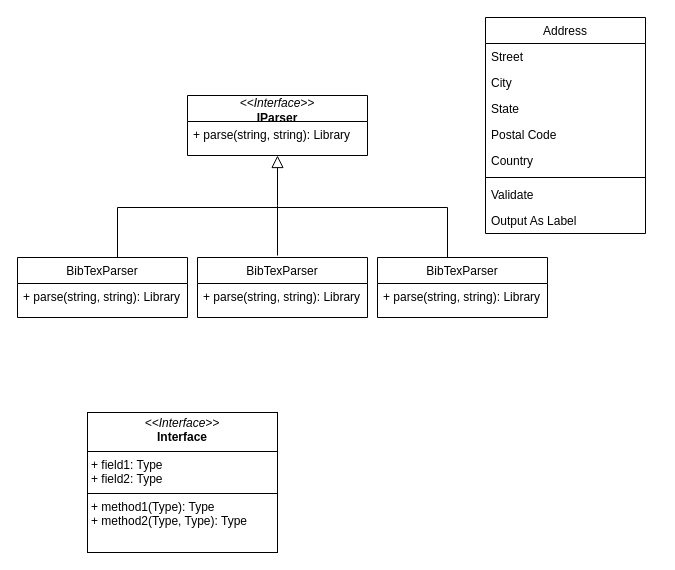
This is doc/parser.drawio from zezosarg/bibliography-manager, a draw.io file, before an edit. Source tidied: cells renumbered, new cells numbered last; positions are measured from the earlier drawing's top-left corner, leaving out a move shared by most shapes. Both pictures are drawn from the tidied source at 100%, with x=0, y=0 at pixel (17, 17).
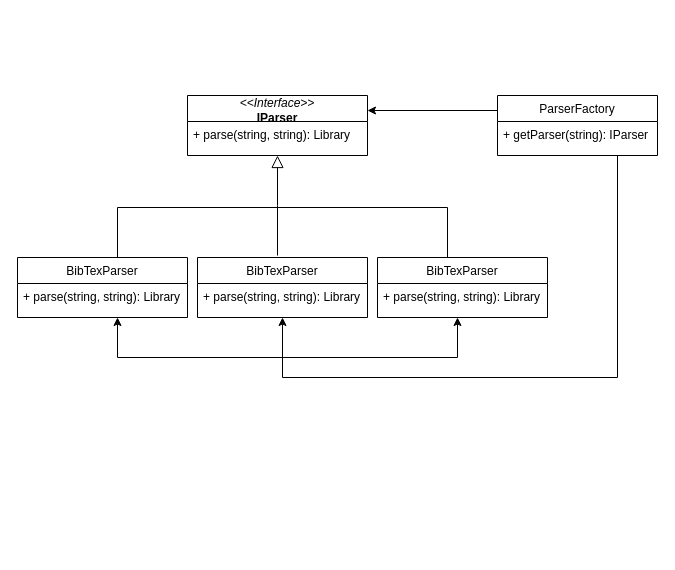
After the change.

Unchanged cells that the change refers to:
```xml
<mxCell id="13" value="BibTexParser" style="swimlane;fontStyle=0;align=center;verticalAlign=top;horizontal=1;startSize=26;rounded=0;shadow=0;strokeWidth=1;" parent="1" vertex="1">
  <mxGeometry x="180" y="240" width="170" height="60" as="geometry" />
</mxCell>
<mxCell id="22" value="&lt;p style=&quot;margin:0px;margin-top:4px;text-align:center;&quot;&gt;&lt;i&gt;&amp;lt;&amp;lt;Interface&amp;gt;&amp;gt;&lt;/i&gt;&lt;br&gt;&lt;b&gt;IParser&lt;/b&gt;&lt;/p&gt;" style="swimlane;fontStyle=0;horizontal=1;startSize=26;fillColor=none;whiteSpace=wrap;html=1;" parent="1" vertex="1">
  <mxGeometry x="170" y="78" width="180" height="60" as="geometry" />
</mxCell>
```

What changed in the source:
```diff
@@
+    <mxCell id="24" style="edgeStyle=orthogonalEdgeStyle;rounded=0;jettySize=auto;html=1;exitX=0;exitY=0.25;exitDx=0;exitDy=0;entryX=1;entryY=0.25;entryDx=0;entryDy=0;" parent="1" edge="1" source="4" target="22">
+      <mxGeometry relative="1" as="geometry" />
+    </mxCell>
+    <mxCell id="25" style="edgeStyle=orthogonalEdgeStyle;rounded=0;jettySize=auto;html=1;exitX=0.75;exitY=1;exitDx=0;exitDy=0;entryX=0.5;entryY=1;entryDx=0;entryDy=0;" parent="1" edge="1" source="4" target="13">
+      <mxGeometry relative="1" as="geometry">
+        <Array as="points">
+          <mxPoint x="600" y="360" />
+          <mxPoint x="265" y="360" />
+        </Array>
+      </mxGeometry>
+    </mxCell>
-    <mxCell id="4" value="Address" style="swimlane;fontStyle=0;align=center;verticalAlign=top;horizontal=1;startSize=26;rounded=0;shadow=0;strokeWidth=1;" parent="1" vertex="1">
-      <mxGeometry x="468" width="160" height="216" as="geometry" />
+    <mxCell id="4" value="ParserFactory" style="swimlane;fontStyle=0;align=center;verticalAlign=top;horizontal=1;startSize=26;rounded=0;shadow=0;strokeWidth=1;" parent="1" vertex="1">
+      <mxGeometry x="480" y="78" width="160" height="60" as="geometry" />
     </mxCell>
-    <mxCell id="5" value="Street" style="text;align=left;verticalAlign=top;spacingLeft=4;spacingRight=4;overflow=hidden;" parent="4" vertex="1">
-      <mxGeometry y="26" width="160" height="26" as="geometry" />
-    </mxCell>
-    <mxCell id="6" value="City" style="text;align=left;verticalAlign=top;spacingLeft=4;spacingRight=4;overflow=hidden;rounded=0;shadow=0;html=0;" parent="4" vertex="1">
-      <mxGeometry y="52" width="160" height="26" as="geometry" />
-    </mxCell>
-    <mxCell id="7" value="State" style="text;align=left;verticalAlign=top;spacingLeft=4;spacingRight=4;overflow=hidden;rounded=0;shadow=0;html=0;" parent="4" vertex="1">
-      <mxGeometry y="78" width="160" height="26" as="geometry" />
-    </mxCell>
-    <mxCell id="8" value="Postal Code" style="text;align=left;verticalAlign=top;spacingLeft=4;spacingRight=4;overflow=hidden;rounded=0;shadow=0;html=0;" parent="4" vertex="1">
-      <mxGeometry y="104" width="160" height="26" as="geometry" />
-    </mxCell>
-    <mxCell id="9" value="Country" style="text;align=left;verticalAlign=top;spacingLeft=4;spacingRight=4;overflow=hidden;rounded=0;shadow=0;html=0;" parent="4" vertex="1">
-      <mxGeometry y="130" width="160" height="26" as="geometry" />
-    </mxCell>
-    <mxCell id="10" style="line;html=1;strokeWidth=1;align=left;verticalAlign=middle;spacingTop=-1;spacingLeft=3;spacingRight=3;labelPosition=right;" parent="4" vertex="1">
-      <mxGeometry y="156" width="160" height="8" as="geometry" />
-    </mxCell>
-    <mxCell id="11" value="Validate" style="text;align=left;verticalAlign=top;spacingLeft=4;spacingRight=4;overflow=hidden;" parent="4" vertex="1">
-      <mxGeometry y="164" width="160" height="26" as="geometry" />
-    </mxCell>
-    <mxCell id="12" value="Output As Label" style="text;align=left;verticalAlign=top;spacingLeft=4;spacingRight=4;overflow=hidden;" parent="4" vertex="1">
-      <mxGeometry y="190" width="160" height="26" as="geometry" />
-    </mxCell>
+    <mxCell id="26" value="+ getParser(string): IParser" style="text;align=left;verticalAlign=top;spacingLeft=4;spacingRight=4;overflow=hidden;" parent="4" vertex="1">
+      <mxGeometry y="26" width="160" height="24" as="geometry" />
+    </mxCell>
@@
-    <mxCell id="21" value="&lt;p style=&quot;margin:0px;margin-top:4px;text-align:center;&quot;&gt;&lt;i&gt;&amp;lt;&amp;lt;Interface&amp;gt;&amp;gt;&lt;/i&gt;&lt;br/&gt;&lt;b&gt;Interface&lt;/b&gt;&lt;/p&gt;&lt;hr size=&quot;1&quot; style=&quot;border-style:solid;&quot;/&gt;&lt;p style=&quot;margin:0px;margin-left:4px;&quot;&gt;+ field1: Type&lt;br/&gt;+ field2: Type&lt;/p&gt;&lt;hr size=&quot;1&quot; style=&quot;border-style:solid;&quot;/&gt;&lt;p style=&quot;margin:0px;margin-left:4px;&quot;&gt;+ method1(Type): Type&lt;br/&gt;+ method2(Type, Type): Type&lt;/p&gt;" style="verticalAlign=top;align=left;overflow=fill;html=1;whiteSpace=wrap;" parent="1" vertex="1">
-      <mxGeometry x="70" y="395" width="190" height="140" as="geometry" />
-    </mxCell>
@@
+    <mxCell id="27" style="endArrow=classic;html=1;rounded=0;" parent="1" edge="1">
+      <mxGeometry relative="1" as="geometry">
+        <mxPoint x="100" y="340" as="sourcePoint" />
+        <mxPoint x="100" y="300" as="targetPoint" />
+      </mxGeometry>
+    </mxCell>
+    <mxCell id="28" style="endArrow=classic;html=1;rounded=0;" parent="1" edge="1">
+      <mxGeometry relative="1" as="geometry">
+        <mxPoint x="440" y="340" as="sourcePoint" />
+        <mxPoint x="440" y="300" as="targetPoint" />
+      </mxGeometry>
+    </mxCell>
+    <mxCell id="29" style="endArrow=none;html=1;rounded=0;" parent="1" edge="1">
+      <mxGeometry relative="1" as="geometry">
+        <mxPoint x="100" y="340" as="sourcePoint" />
+        <mxPoint x="440" y="340" as="targetPoint" />
+      </mxGeometry>
+    </mxCell>
```
